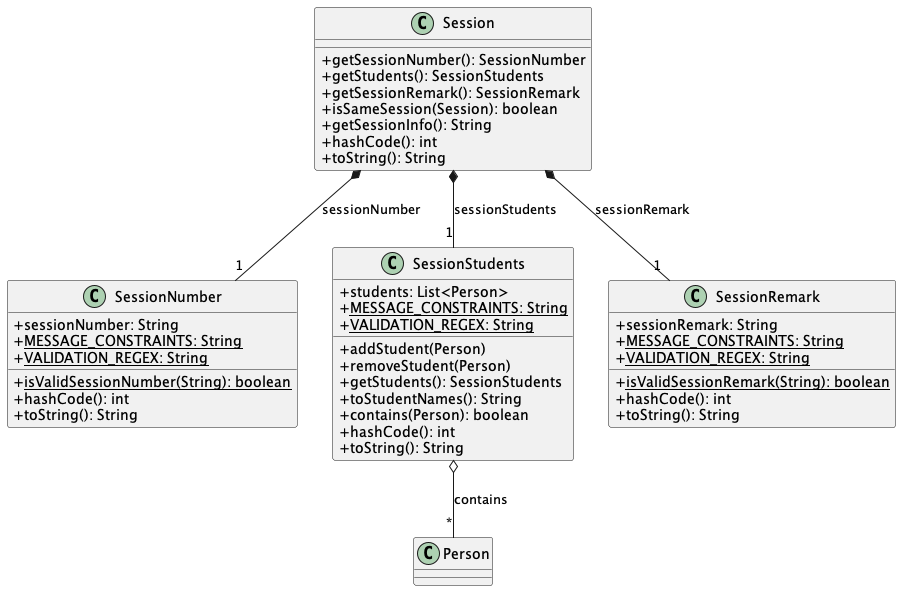
Above: docs/images/SessionClassUML.png in raydenlim/tp (PlantUML), before the change.
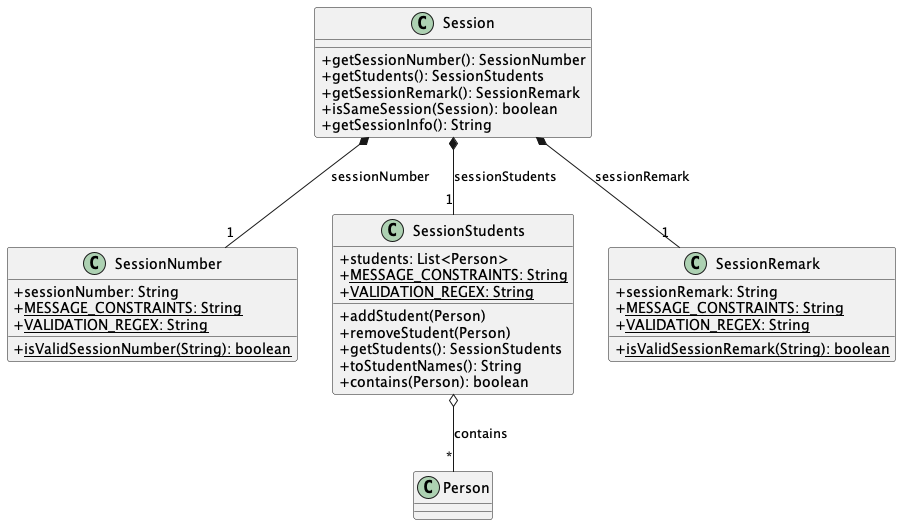
After the commit.

Commit message:
Replace Session Class UML image

Change to the diagram source:
```diff
@@ -7,8 +7,6 @@
   + getSessionRemark(): SessionRemark
   + isSameSession(Session): boolean
   + getSessionInfo(): String
-  + hashCode(): int
-  + toString(): String
 }
 
 class SessionNumber {
@@ -16,8 +14,6 @@
   + <u>MESSAGE_CONSTRAINTS: String
   + <u>VALIDATION_REGEX: String
   + <u>isValidSessionNumber(String): boolean
-  + hashCode(): int
-  + toString(): String
 }
 
 class SessionStudents {
@@ -29,8 +25,6 @@
   + getStudents(): SessionStudents
   + toStudentNames(): String
   + contains(Person): boolean
-  + hashCode(): int
-  + toString(): String
 }
 
 class SessionRemark {
@@ -38,8 +32,6 @@
   + <u>MESSAGE_CONSTRAINTS: String
   + <u>VALIDATION_REGEX: String
   + <u>isValidSessionRemark(String): boolean
-  + hashCode(): int
-  + toString(): String
 }
 
 class Person {
```
